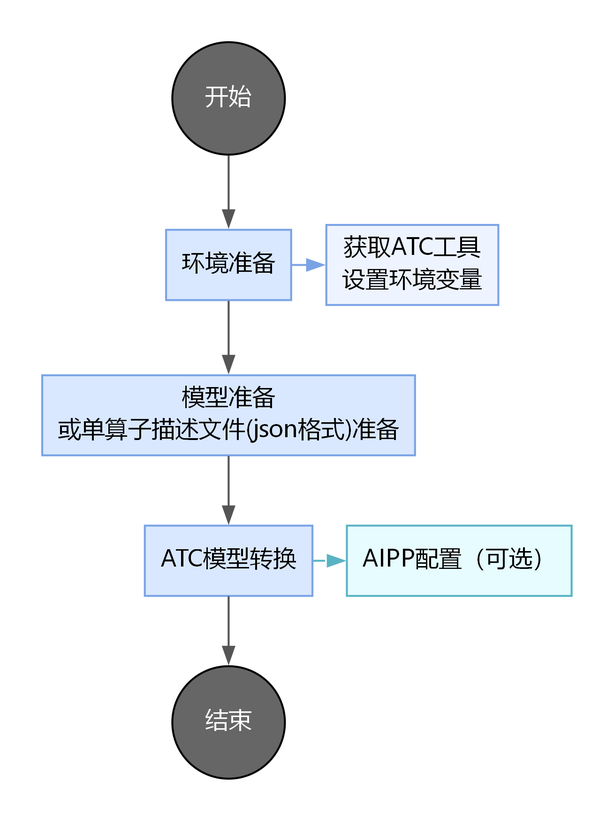
The Graphviz diagram src/book/img2/atc_flow.png in zhouxzh/Ascend310, before a commit. Its source is kept beside it as src/book/img2/atc_flow.dot.
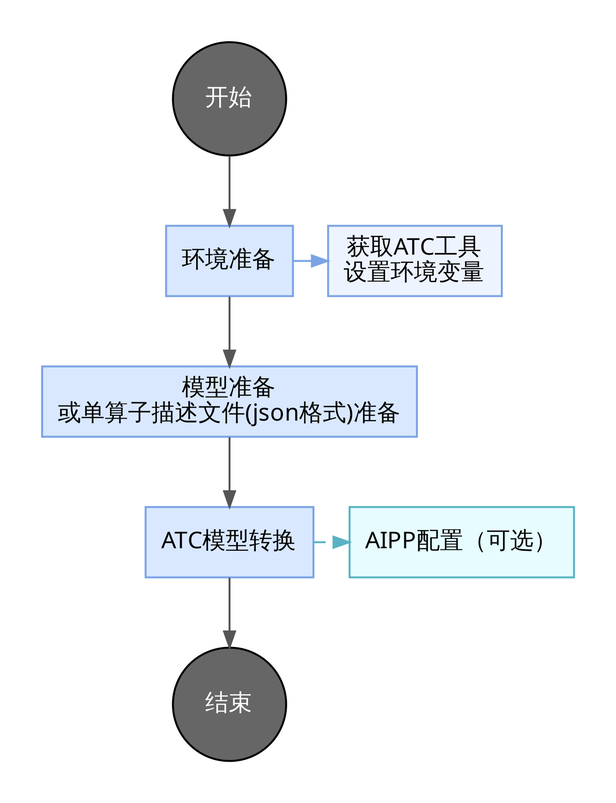
After the change.

Diff of the diagram source:
```diff
@@ -1,8 +1,8 @@
 digraph ATC_Flow_Steps {
 	rankdir=TB;
-	fontname="Microsoft YaHei";
+	fontname="Noto Sans SC";
 	labelloc="t"; label="ATC模型转换流程";
-	node [shape=box fontname="Microsoft YaHei" fontsize=12 style=filled];
+	node [shape=box fontname="Noto Sans SC" fontsize=12 style=filled];
 	edge [color="#555555" arrowsize=0.8];
 
     label=""; style=invis;
```
